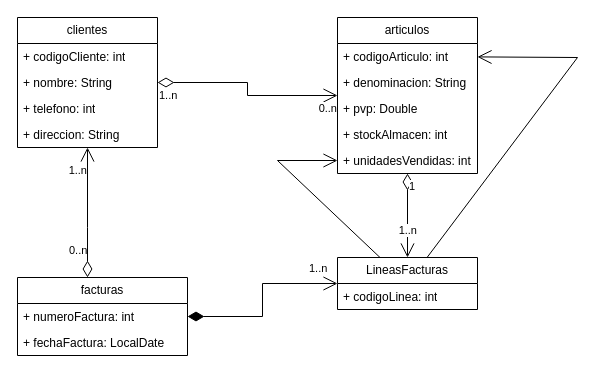
Above: Diagramas de Clases/ejercicio1_facturacion.drawio in mariomo16/1745008PROG (draw.io), before the change. Source tidied: cells renumbered, new cells numbered last; positions are measured from the earlier drawing's top-left corner, leaving out a move shared by most shapes. Both pictures are drawn from the tidied source at 100%, with x=0, y=0 at pixel (17, 17).
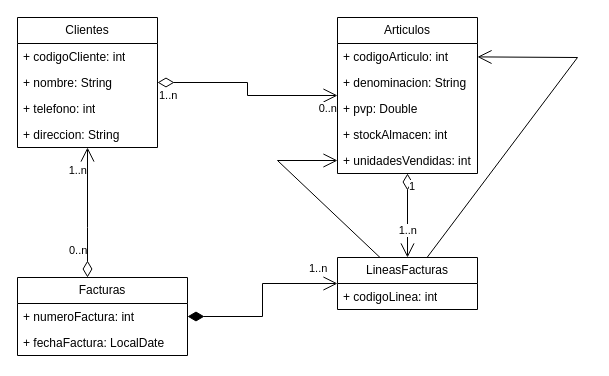
After the change.

Commit message (it also covers changes not shown here):
Ejercicio1_Facturacion y Ejercicio2_Matriculas

Change to the diagram source:
```diff
@@
-    <mxCell id="2" value="facturas" style="swimlane;fontStyle=0;horizontal=1;startSize=26;fillColor=none;whiteSpace=wrap;html=1;" parent="1" vertex="1">
+    <mxCell id="2" value="Facturas" style="swimlane;fontStyle=0;horizontal=1;startSize=26;fillColor=none;whiteSpace=wrap;html=1;" parent="1" vertex="1">
       <mxGeometry y="260" width="170" height="78" as="geometry" />
     </mxCell>
@@
-    <mxCell id="5" value="articulos" style="swimlane;fontStyle=0;horizontal=1;startSize=26;fillColor=none;whiteSpace=wrap;html=1;" parent="1" vertex="1">
+    <mxCell id="5" value="Articulos" style="swimlane;fontStyle=0;horizontal=1;startSize=26;fillColor=none;whiteSpace=wrap;html=1;" parent="1" vertex="1">
       <mxGeometry x="320" width="140" height="156" as="geometry" />
     </mxCell>
@@
-    <mxCell id="11" value="clientes" style="swimlane;fontStyle=0;horizontal=1;startSize=26;fillColor=none;whiteSpace=wrap;html=1;" parent="1" vertex="1">
+    <mxCell id="11" value="Clientes" style="swimlane;fontStyle=0;horizontal=1;startSize=26;fillColor=none;whiteSpace=wrap;html=1;" parent="1" vertex="1">
       <mxGeometry width="140" height="130" as="geometry" />
     </mxCell>
```
